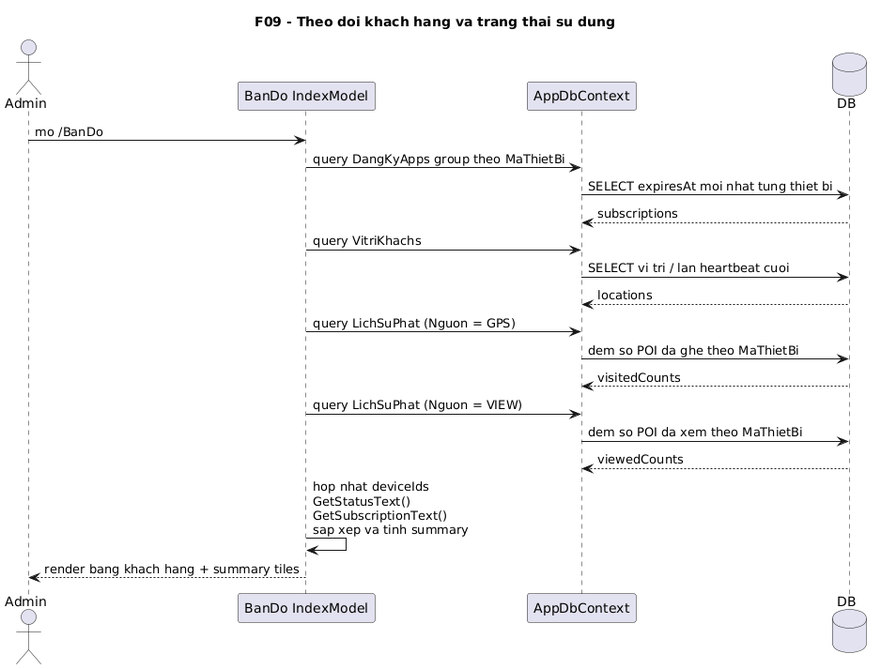
The PlantUML diagram docs/diagrams/png/09-live-map-sequence.png in VoBao182/PhoAmThuc, before a commit.
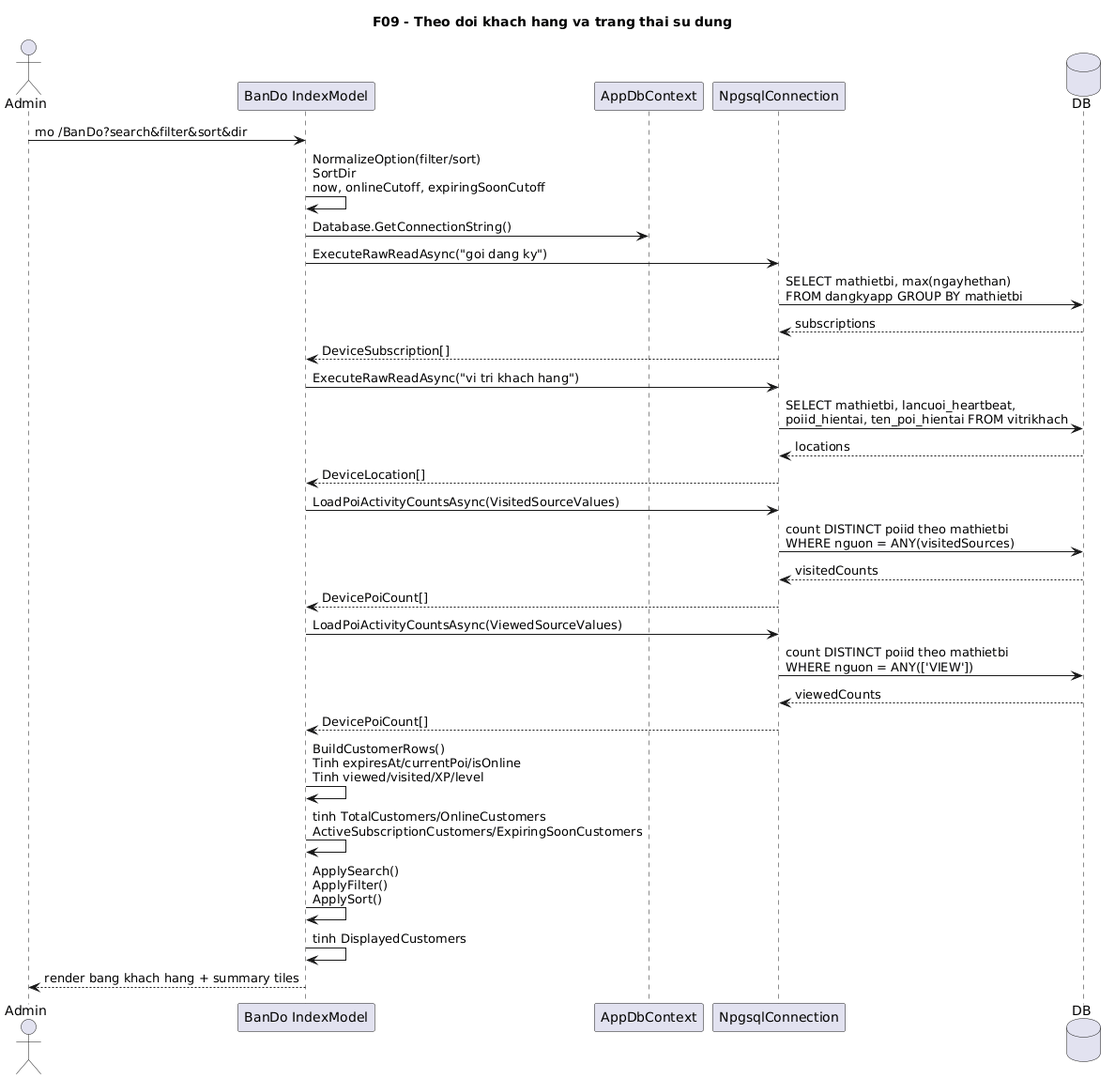
Later version of the same file.

What changed in the source:
```diff
@@ -4,25 +4,36 @@
 actor Admin
 participant "BanDo IndexModel" as IndexModel
 participant AppDbContext
+participant "NpgsqlConnection" as Npgsql
 database DB
 
-Admin -> IndexModel: mo /BanDo
-IndexModel -> AppDbContext: query DangKyApps group theo MaThietBi
-AppDbContext -> DB: SELECT expiresAt moi nhat tung thiet bi
-DB --> AppDbContext: subscriptions
+Admin -> IndexModel: mo /BanDo?search&filter&sort&dir
+IndexModel -> IndexModel: NormalizeOption(filter/sort)\nSortDir\nnow, onlineCutoff, expiringSoonCutoff
 
-IndexModel -> AppDbContext: query VitriKhachs
-AppDbContext -> DB: SELECT vi tri / lan heartbeat cuoi
-DB --> AppDbContext: locations
+IndexModel -> AppDbContext: Database.GetConnectionString()
+IndexModel -> Npgsql: ExecuteRawReadAsync("goi dang ky")
+Npgsql -> DB: SELECT mathietbi, max(ngayhethan)\nFROM dangkyapp GROUP BY mathietbi
+DB --> Npgsql: subscriptions
+Npgsql --> IndexModel: DeviceSubscription[]
 
-IndexModel -> AppDbContext: query LichSuPhat (Nguon = GPS)
-AppDbContext -> DB: dem so POI da ghe theo MaThietBi
-DB --> AppDbContext: visitedCounts
+IndexModel -> Npgsql: ExecuteRawReadAsync("vi tri khach hang")
+Npgsql -> DB: SELECT mathietbi, lancuoi_heartbeat,\npoiid_hientai, ten_poi_hientai FROM vitrikhach
+DB --> Npgsql: locations
+Npgsql --> IndexModel: DeviceLocation[]
 
-IndexModel -> AppDbContext: query LichSuPhat (Nguon = VIEW)
-AppDbContext -> DB: dem so POI da xem theo MaThietBi
-DB --> AppDbContext: viewedCounts
+IndexModel -> Npgsql: LoadPoiActivityCountsAsync(VisitedSourceValues)
+Npgsql -> DB: count DISTINCT poiid theo mathietbi\nWHERE nguon = ANY(visitedSources)
+DB --> Npgsql: visitedCounts
+Npgsql --> IndexModel: DevicePoiCount[]
 
-IndexModel -> IndexModel: hop nhat deviceIds\nGetStatusText()\nGetSubscriptionText()\nsap xep va tinh summary
+IndexModel -> Npgsql: LoadPoiActivityCountsAsync(ViewedSourceValues)
+Npgsql -> DB: count DISTINCT poiid theo mathietbi\nWHERE nguon = ANY(['VIEW'])
+DB --> Npgsql: viewedCounts
+Npgsql --> IndexModel: DevicePoiCount[]
+
+IndexModel -> IndexModel: BuildCustomerRows()\nTinh expiresAt/currentPoi/isOnline\nTinh viewed/visited/XP/level
+IndexModel -> IndexModel: tinh TotalCustomers/OnlineCustomers\nActiveSubscriptionCustomers/ExpiringSoonCustomers
+IndexModel -> IndexModel: ApplySearch()\nApplyFilter()\nApplySort()
+IndexModel -> IndexModel: tinh DisplayedCustomers
 IndexModel --> Admin: render bang khach hang + summary tiles
 @enduml
```
